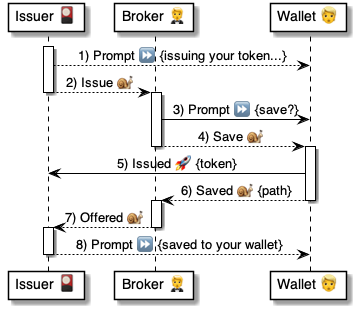
The PlantUML diagram 4 ⚙️ Solution/20 🧑‍🦰 UI/Wallets 🧑‍🦰/🧑‍🦰💬 Wallet chats/...in Prompts 🤔/Save Token 👉🎴🎫/🧑‍🦰 Save token ⚙️ uml.png in pollyweb-org/pollyweb-docs, before a commit. Its source is kept beside it as 4 ⚙️ Solution/20 🧑‍🦰 UI/Wallets 🧑‍🦰/🧑‍🦰💬 Wallet chats/...in Prompts 🤔/Save Token 👉🎴🎫/🧑‍🦰 Save token ⚙️ uml.puml.
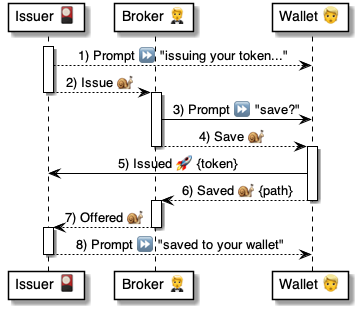
After the change.

Diff of the diagram source:
```diff
@@ -7,36 +7,26 @@
 
 
 activate issuer
-    issuer --> wallet: 1) Prompt ⏩ {issuing your token...}
-
-
+    issuer --> wallet: 1) Prompt ⏩ "issuing your token..."
     issuer --> broker: 2) Issue 🐌
 deactivate issuer
 
 activate broker
-
-    broker -> wallet: 3) Prompt ⏩ {save?}
-
-
-
-
+    broker -> wallet: 3) Prompt ⏩ "save?"
     broker --> wallet: 4) Save 🐌
 deactivate broker
 
-
 activate wallet
     wallet -> issuer: 5) Issued 🚀 {token}
-
     wallet --> broker: 6) Saved 🐌 {path}
 deactivate wallet
 
 activate broker
-
     broker --> issuer: 7) Offered 🐌
 deactivate broker
 
 activate issuer
-    issuer --> wallet: 8) Prompt ⏩ {saved to your wallet}
+    issuer --> wallet: 8) Prompt ⏩ "saved to your wallet"
 deactivate issuer
 
 
```
